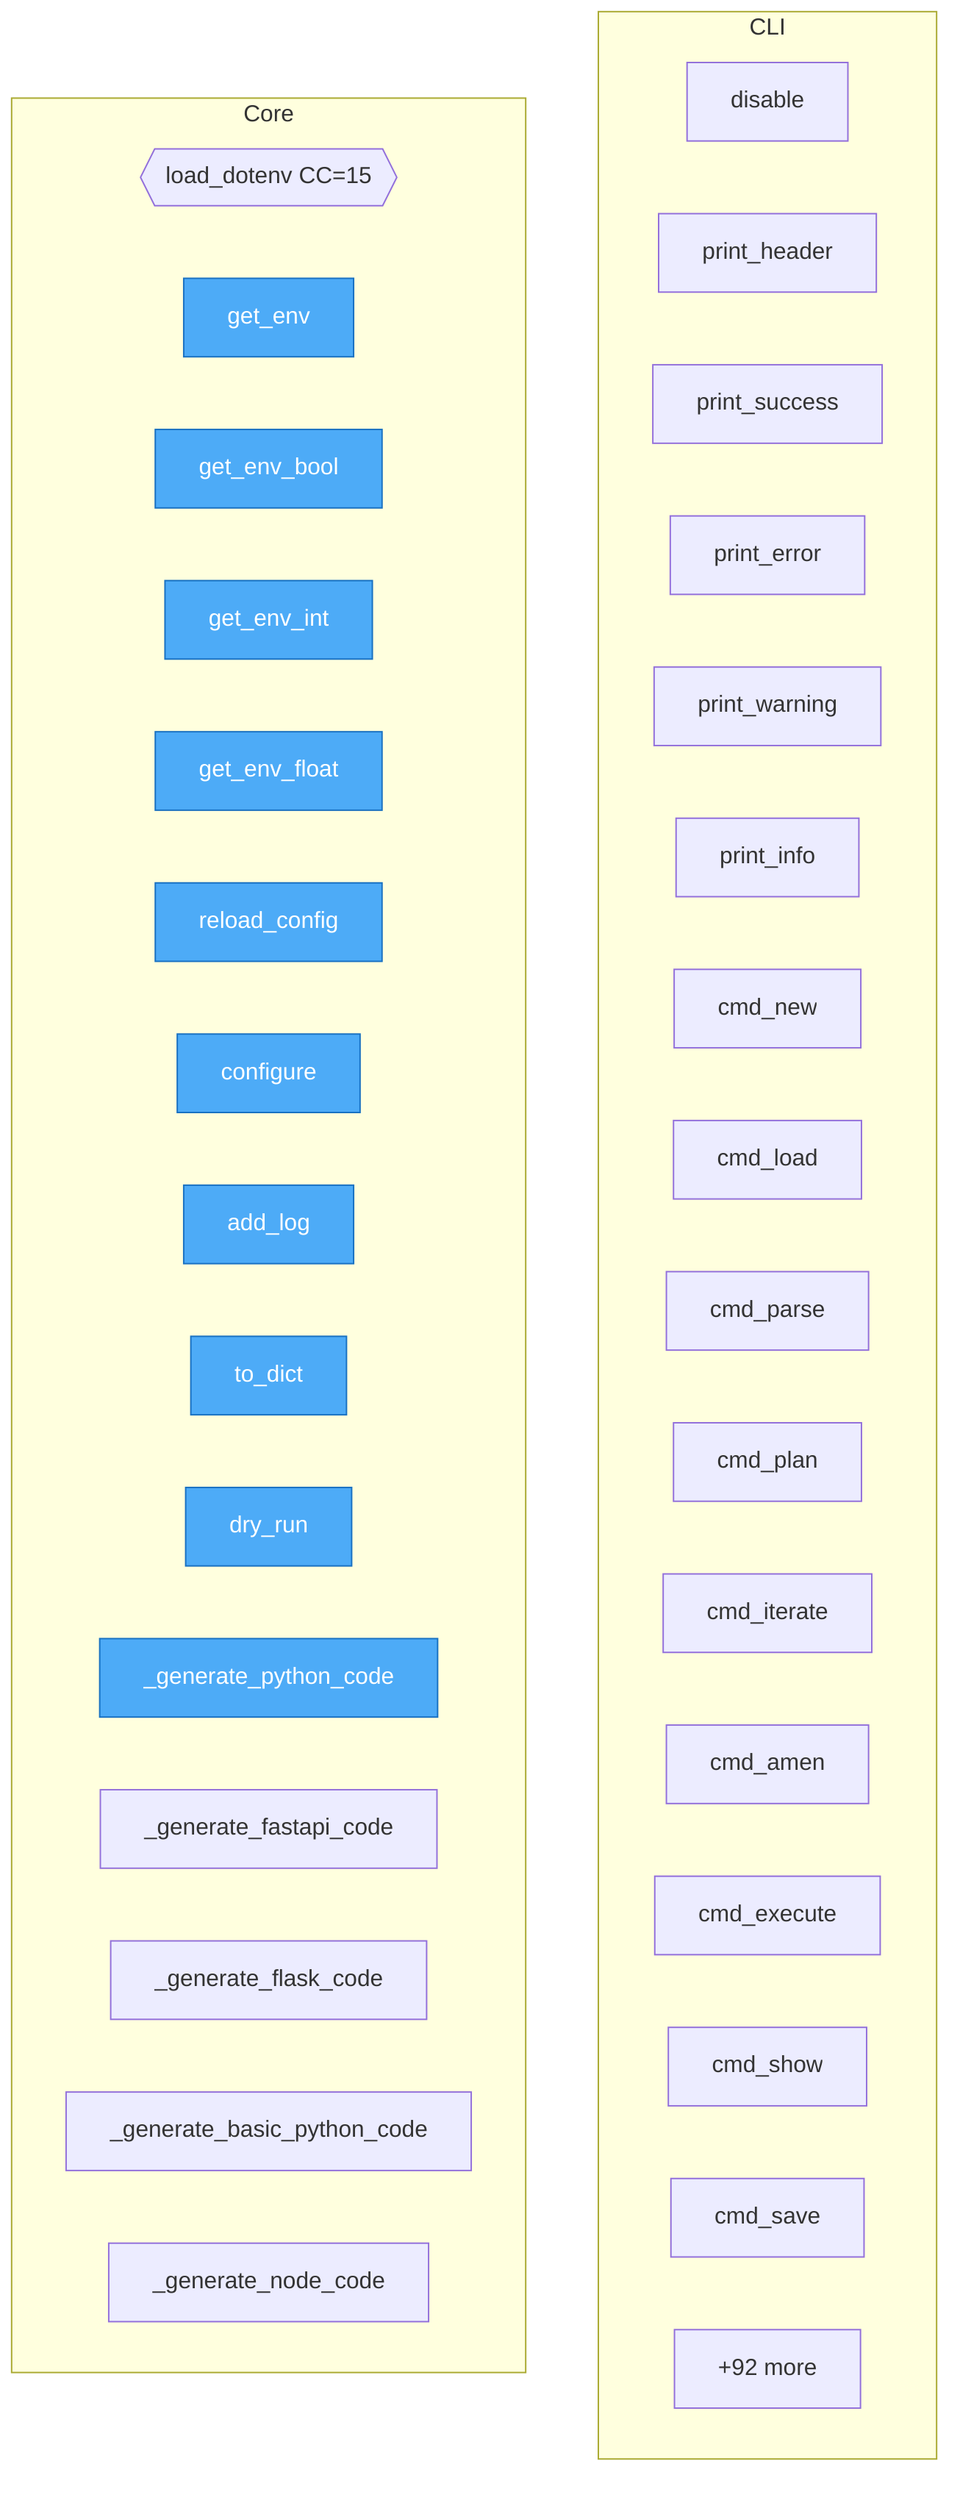
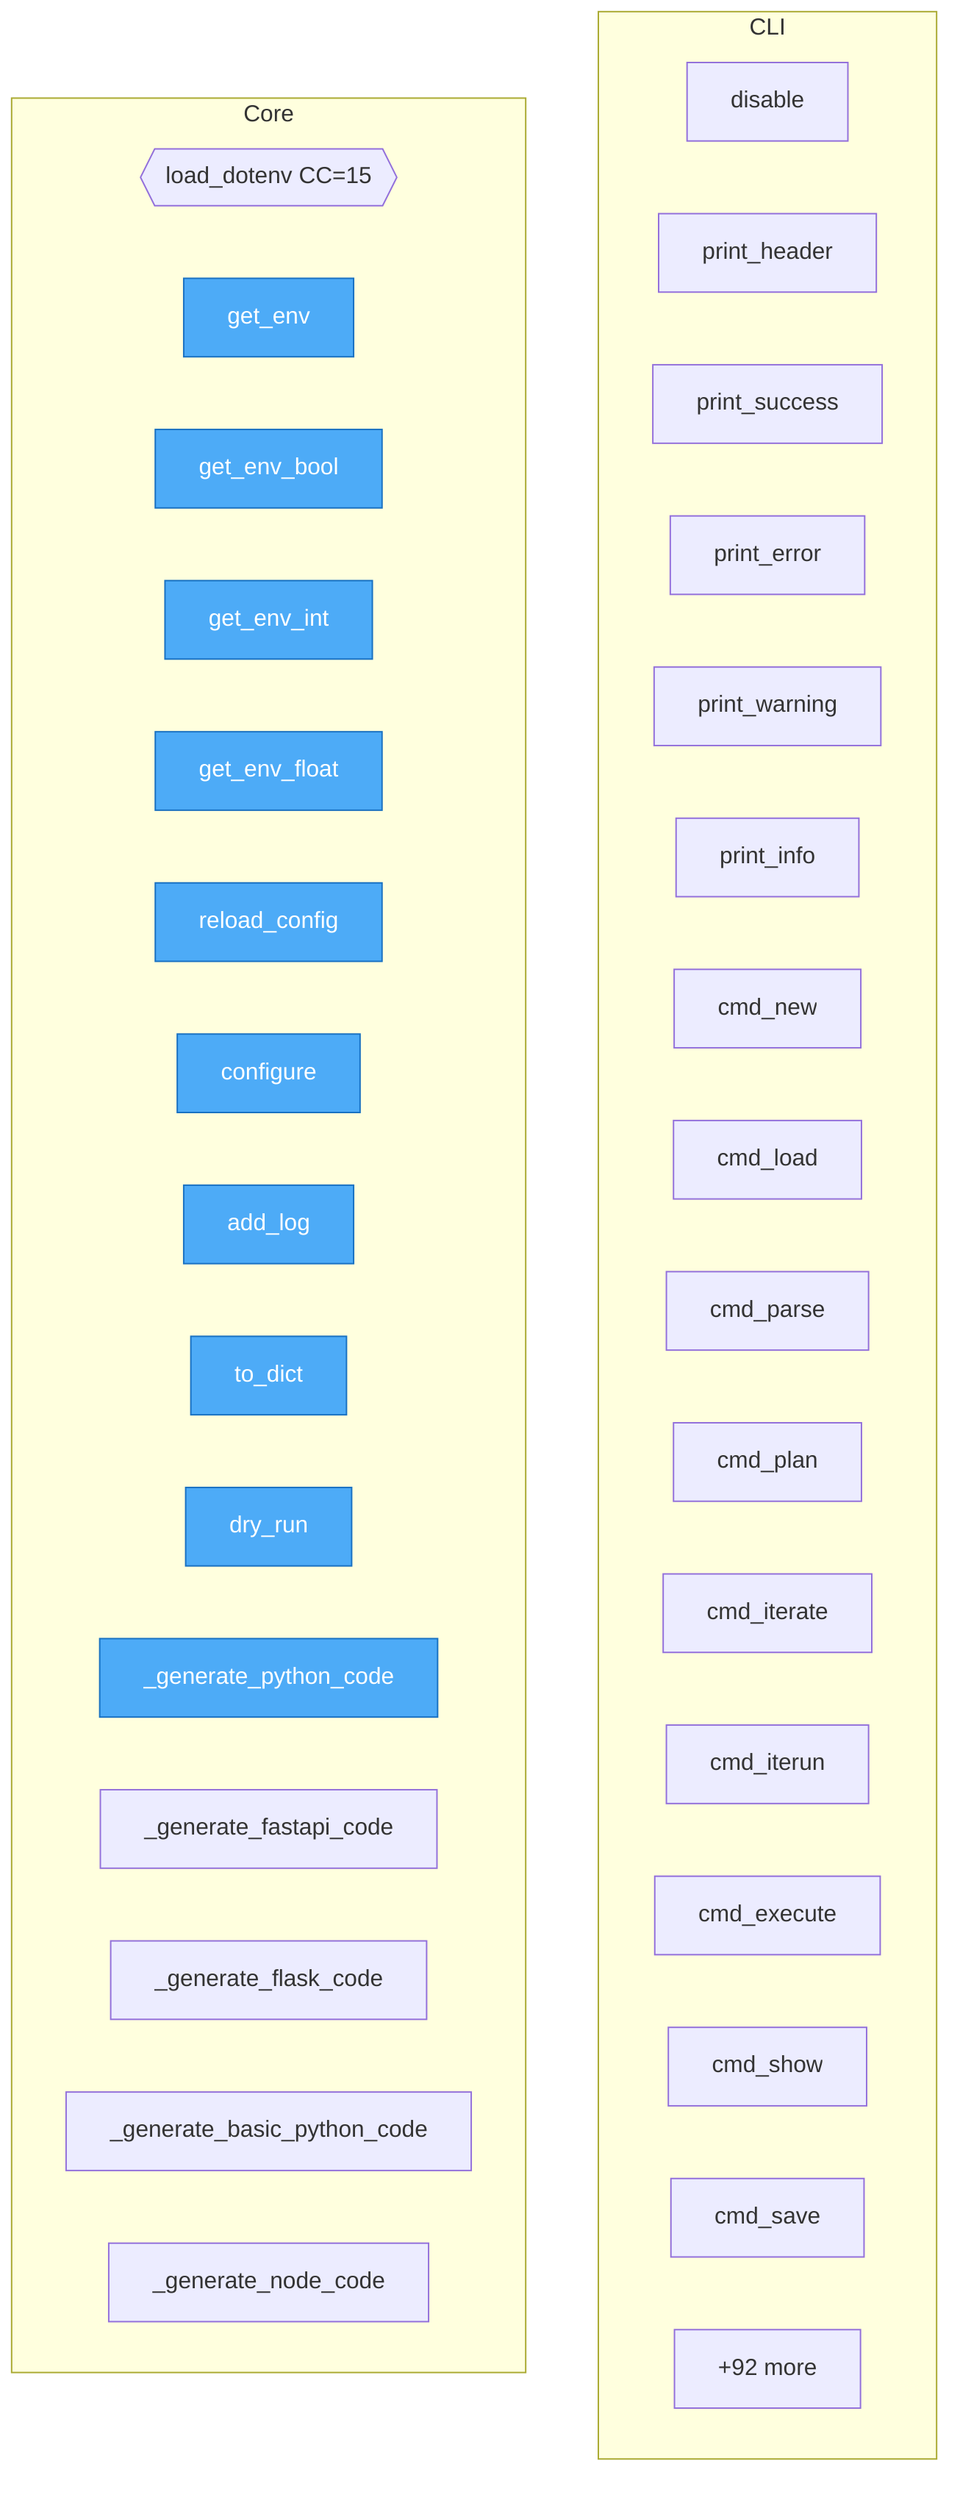
flowchart TD
%% generated in 0.00s

    %% Entry points (blue)
    classDef entry fill:#4dabf7,stroke:#1971c2,color:#fff

    subgraph CLI
        cli__main__Colors__disable["disable"]
        cli__main__CLI__print_header["print_header"]
        cli__main__CLI__print_success["print_success"]
        cli__main__CLI__print_error["print_error"]
        cli__main__CLI__print_warning["print_warning"]
        cli__main__CLI__print_info["print_info"]
        cli__main__CLI__cmd_new["cmd_new"]
        cli__main__CLI__cmd_load["cmd_load"]
        cli__main__CLI__cmd_parse["cmd_parse"]
        cli__main__CLI__cmd_plan["cmd_plan"]
        cli__main__CLI__cmd_iterate["cmd_iterate"]
-         cli__main__CLI__cmd_amen["cmd_amen"]
+         cli__main__CLI__cmd_iterun["cmd_iterun"]
        cli__main__CLI__cmd_execute["cmd_execute"]
        cli__main__CLI__cmd_show["cmd_show"]
        cli__main__CLI__cmd_save["cmd_save"]
        ...["+8 more"]
    end

    subgraph Core
        config__load_dotenv{{load_dotenv CC=15}}
        config__get_env["get_env"]
        config__get_env_bool["get_env_bool"]
        config__get_env_int["get_env_int"]
        config__get_env_float["get_env_float"]
        config__reload_config["reload_config"]
        config__configure["configure"]
        planner__simulator__DryRunResult__add_log["add_log"]
        planner__simulator__DryRunResult__to_dict["to_dict"]
        planner__simulator__Planner__dry_run["dry_run"]
        planner__simulator__Planner___generate_python_code["_generate_python_code"]
        planner__simulator__Planner___generate_fastapi_code["_generate_fastapi_code"]
        planner__simulator__Planner___generate_flask_code["_generate_flask_code"]
        planner__simulator__Planner___generate_basic_python_code["_generate_basic_python_code"]
        planner__simulator__Planner___generate_node_code["_generate_node_code"]
        ...["+92 more"]
    end

    class config__get_env,config__get_env_bool,config__get_env_int,config__get_env_float,config__reload_config,config__configure,planner__simulator__DryRunResult__add_log,planner__simulator__DryRunResult__to_dict,planner__simulator__Planner__dry_run,planner__simulator__Planner___generate_python_code entry
